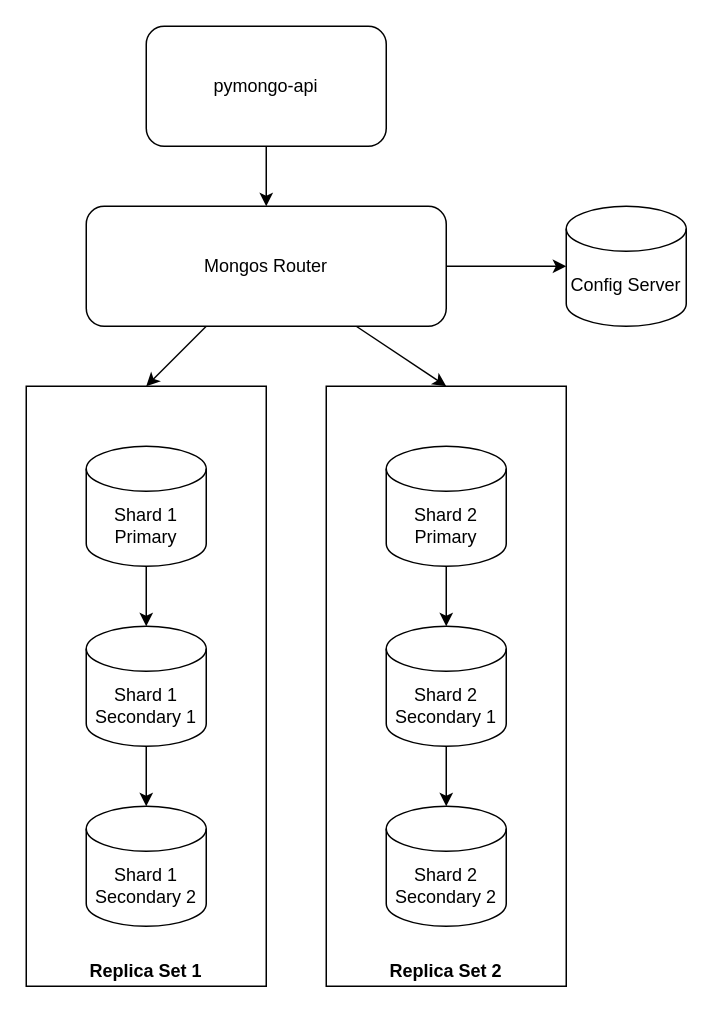
This is Task1/v2-add-replicas.drawio from Ondrya/architecture-black_friday, a draw.io file, before an edit. Source tidied: cells renumbered, new cells numbered last; positions are measured from the earlier drawing's top-left corner, leaving out a move shared by most shapes. Both pictures are drawn from the tidied source at 150%, with x=0, y=0 at pixel (26, 26).
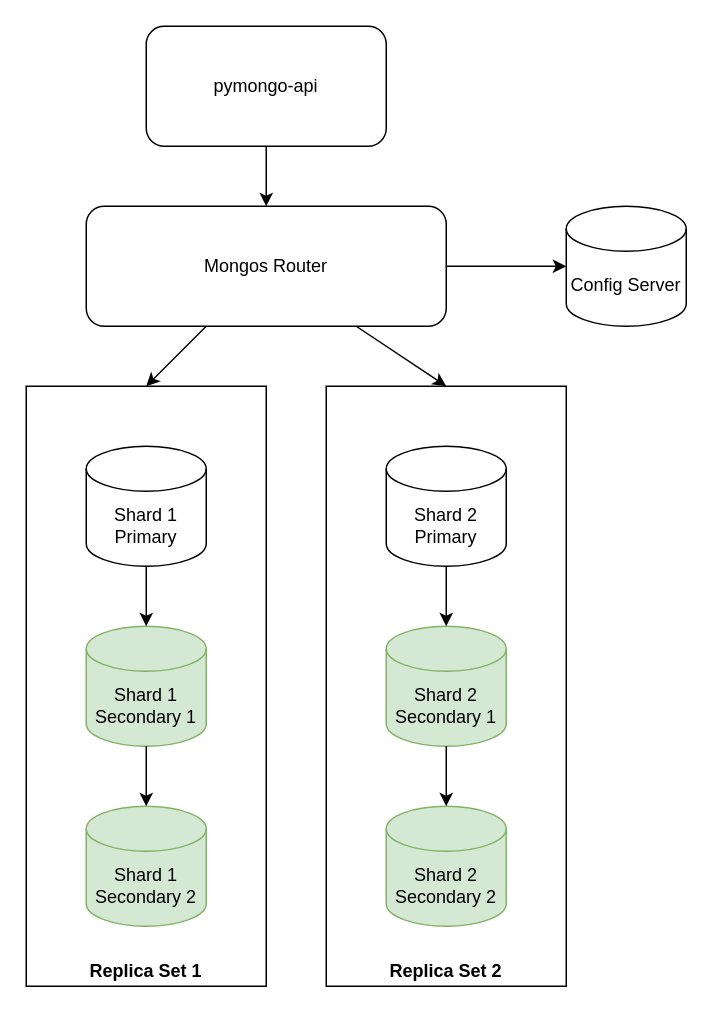
The same page after the edit.

The edit, as a diff of the source:
```diff
@@
-    <mxCell id="10" value="Shard 1 Secondary 1" style="shape=cylinder3;whiteSpace=wrap;html=1;boundedLbl=1;backgroundOutline=1;size=15;" parent="1" vertex="1">
+    <mxCell id="10" value="Shard 1 Secondary 1" style="shape=cylinder3;whiteSpace=wrap;html=1;boundedLbl=1;backgroundOutline=1;size=15;fillColor=#d5e8d4;strokeColor=#82b366;" parent="1" vertex="1">
       <mxGeometry x="40" y="400" width="80" height="80" as="geometry" />
     </mxCell>
-    <mxCell id="11" value="Shard 1 Secondary 2" style="shape=cylinder3;whiteSpace=wrap;html=1;boundedLbl=1;backgroundOutline=1;size=15;" parent="1" vertex="1">
+    <mxCell id="11" value="Shard 1 Secondary 2" style="shape=cylinder3;whiteSpace=wrap;html=1;boundedLbl=1;backgroundOutline=1;size=15;fillColor=#d5e8d4;strokeColor=#82b366;" parent="1" vertex="1">
       <mxGeometry x="40" y="520" width="80" height="80" as="geometry" />
     </mxCell>
@@
-    <mxCell id="13" value="Shard 2 Secondary 1" style="shape=cylinder3;whiteSpace=wrap;html=1;boundedLbl=1;backgroundOutline=1;size=15;" parent="1" vertex="1">
+    <mxCell id="13" value="Shard 2 Secondary 1" style="shape=cylinder3;whiteSpace=wrap;html=1;boundedLbl=1;backgroundOutline=1;size=15;fillColor=#d5e8d4;strokeColor=#82b366;" parent="1" vertex="1">
       <mxGeometry x="240" y="400" width="80" height="80" as="geometry" />
     </mxCell>
-    <mxCell id="14" value="Shard 2 Secondary 2" style="shape=cylinder3;whiteSpace=wrap;html=1;boundedLbl=1;backgroundOutline=1;size=15;" parent="1" vertex="1">
+    <mxCell id="14" value="Shard 2 Secondary 2" style="shape=cylinder3;whiteSpace=wrap;html=1;boundedLbl=1;backgroundOutline=1;size=15;fillColor=#d5e8d4;strokeColor=#82b366;" parent="1" vertex="1">
       <mxGeometry x="240" y="520" width="80" height="80" as="geometry" />
     </mxCell>
```
